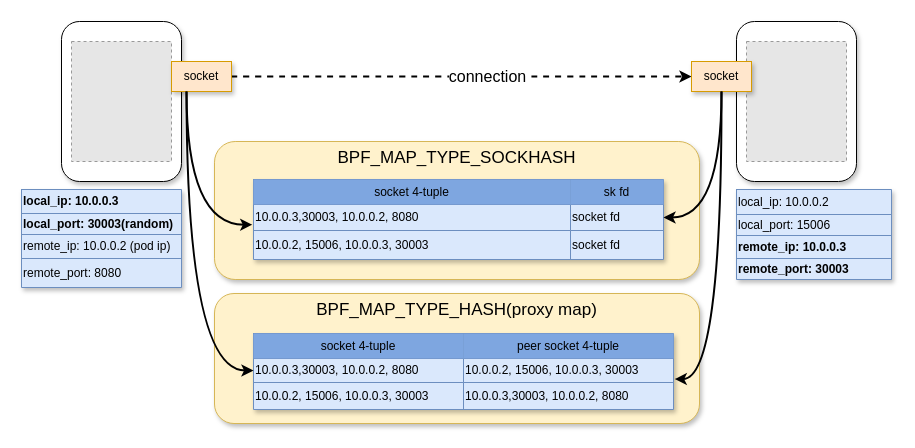
Above: istio_dataflow/ingress_egress_envoy_to_envoy/Envoy_to_envoy_accelerat.drawio in LuyaoZhong/Documents (draw.io), before the change. Source tidied: cells renumbered, new cells numbered last; positions are measured from the earlier drawing's top-left corner, leaving out a move shared by most shapes. Both pictures are drawn from the tidied source at 100%, with x=0, y=0 at pixel (21, 21). Pictures stored in the file or linked from it are replaced by grey dashed boxes.
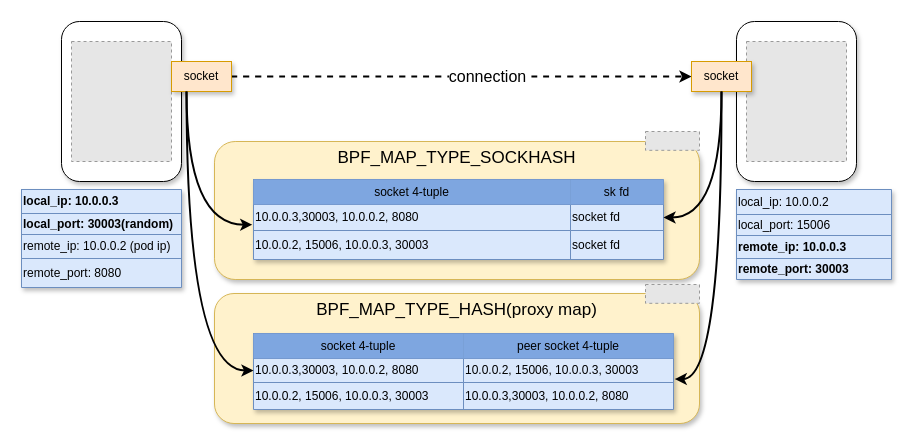
The same diagram, later.

What changed in the source:
```diff
@@
+    <mxCell id="54" style="fillColor=#E6E6E6;strokeColor=#999999;dashed=1;verticalLabelPosition=bottom;labelBackgroundColor=#ffffff;verticalAlign=top;" parent="1" vertex="1">
+      <mxGeometry x="624" y="110" width="54" height="18.8" as="geometry" />
+    </mxCell>
+    <mxCell id="55" style="fillColor=#E6E6E6;strokeColor=#999999;dashed=1;verticalLabelPosition=bottom;labelBackgroundColor=#ffffff;verticalAlign=top;" parent="1" vertex="1">
+      <mxGeometry x="624" y="263" width="54" height="18.8" as="geometry" />
+    </mxCell>
```
